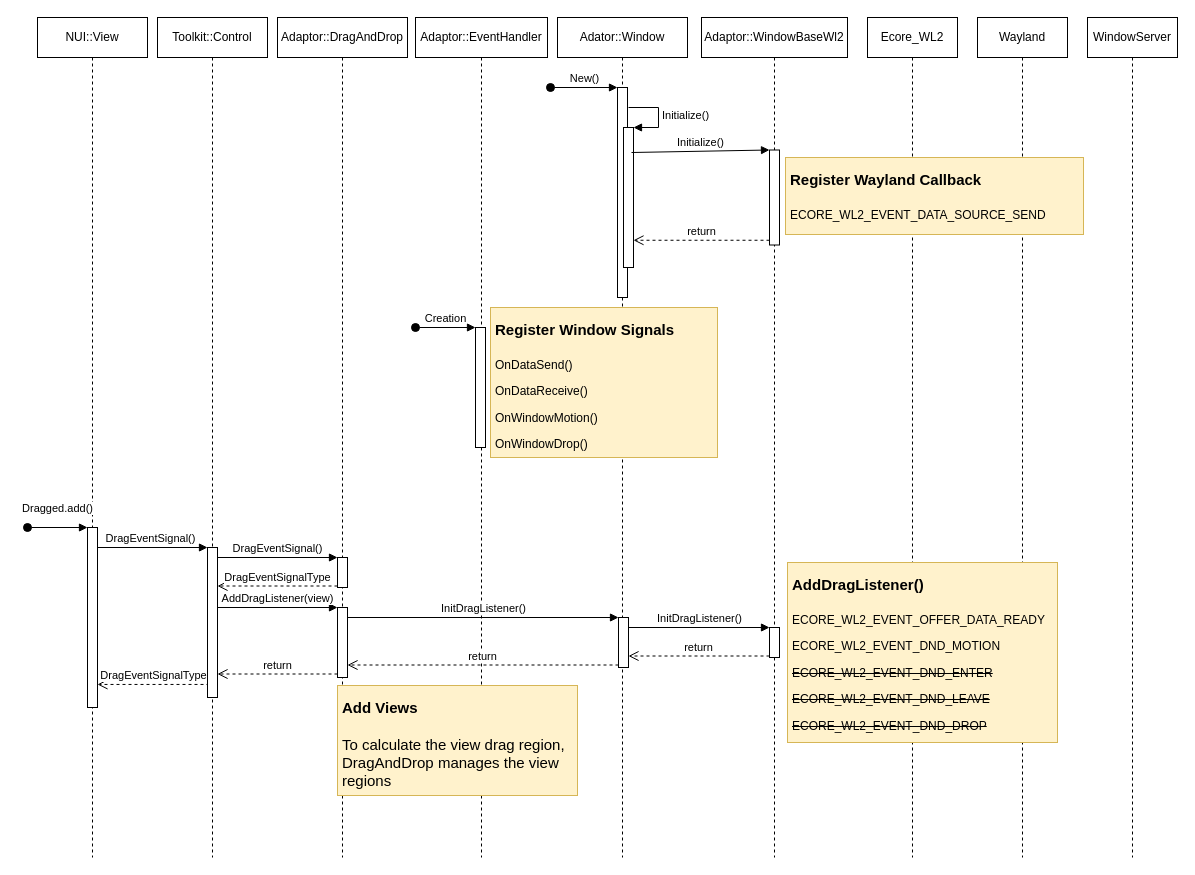
Before: page "Page-5" (5 of 10) of Untitled Diagram.drawio in taehyub/drawio, a draw.io diagram. Source tidied: cells renumbered, new cells numbered last; positions are measured from the earlier drawing's top-left corner, leaving out a move shared by most shapes. Both pictures are drawn from the tidied source at 100%, with x=0, y=0 at pixel (27, 17).
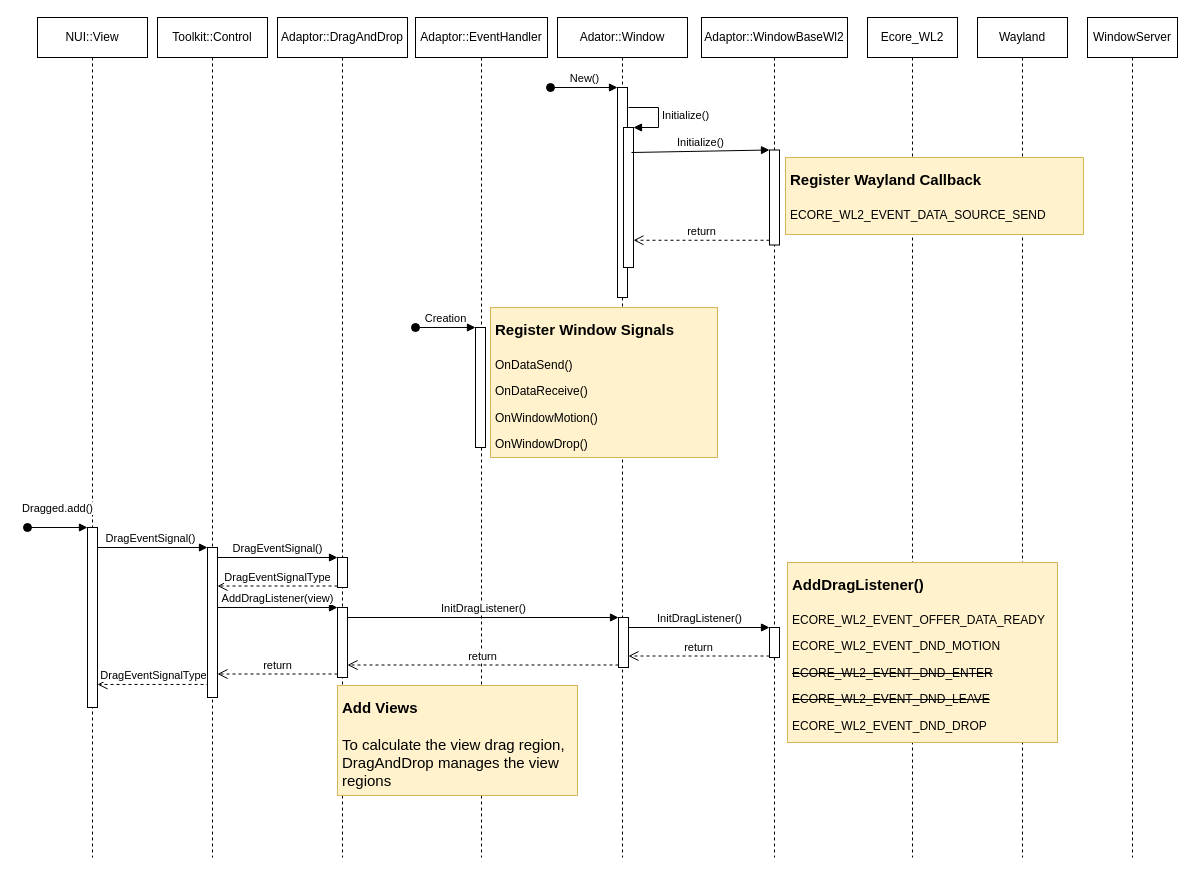
The same page after the edit.

What changed in the source:
```diff
@@
-    <mxCell id="39" value="&lt;h1&gt;&lt;font style=&quot;font-size: 15px&quot;&gt;AddDragListener()&lt;br&gt;&lt;/font&gt;&lt;/h1&gt;&lt;p&gt;&lt;span&gt;ECORE_WL2_EVENT_OFFER_DATA_READY&lt;br&gt;&lt;/span&gt;&lt;/p&gt;&lt;p&gt;&lt;span&gt;ECORE_WL2_EVENT_DND_MOTION&lt;br&gt;&lt;/span&gt;&lt;/p&gt;&lt;p&gt;&lt;strike&gt;ECORE_WL2_EVENT_DND_ENTER&lt;/strike&gt;&lt;br&gt;&lt;/p&gt;&lt;p&gt;&lt;strike&gt;ECORE_WL2_EVENT_DND_LEAVE&lt;/strike&gt;&lt;br&gt;&lt;/p&gt;&lt;p&gt;&lt;strike&gt;ECORE_WL2_EVENT_DND_DROP&lt;/strike&gt;&lt;br&gt;&lt;/p&gt;" style="text;html=1;strokeColor=#d6b656;fillColor=#fff2cc;spacing=5;spacingTop=-20;whiteSpace=wrap;overflow=hidden;rounded=0;hachureGap=4;" parent="1" vertex="1">
+    <mxCell id="39" value="&lt;h1&gt;&lt;font style=&quot;font-size: 15px&quot;&gt;AddDragListener()&lt;br&gt;&lt;/font&gt;&lt;/h1&gt;&lt;p&gt;&lt;span&gt;ECORE_WL2_EVENT_OFFER_DATA_READY&lt;br&gt;&lt;/span&gt;&lt;/p&gt;&lt;p&gt;&lt;span&gt;ECORE_WL2_EVENT_DND_MOTION&lt;br&gt;&lt;/span&gt;&lt;/p&gt;&lt;p&gt;&lt;strike&gt;ECORE_WL2_EVENT_DND_ENTER&lt;/strike&gt;&lt;br&gt;&lt;/p&gt;&lt;p&gt;&lt;strike&gt;ECORE_WL2_EVENT_DND_LEAVE&lt;/strike&gt;&lt;br&gt;&lt;/p&gt;&lt;p&gt;ECORE_WL2_EVENT_DND_DROP&lt;br&gt;&lt;/p&gt;" style="text;html=1;strokeColor=#d6b656;fillColor=#fff2cc;spacing=5;spacingTop=-20;whiteSpace=wrap;overflow=hidden;rounded=0;hachureGap=4;" parent="1" vertex="1">
       <mxGeometry x="760" y="545" width="270" height="180" as="geometry" />
     </mxCell>
```
